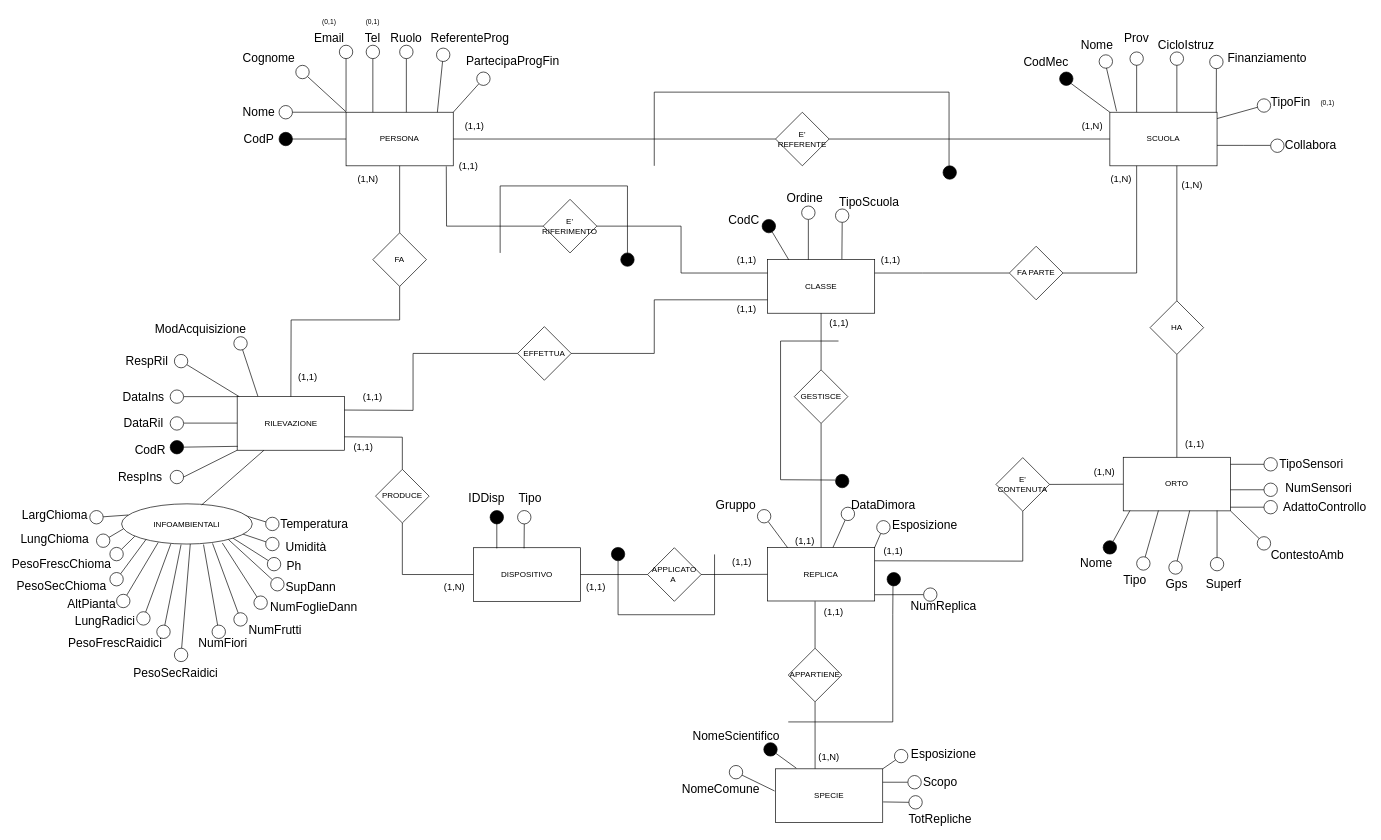
Above: BD_ER_Massimo_2023.drawio in pizzo-kyle/unige (draw.io), before the change. Source tidied: cells renumbered, new cells numbered last; positions are measured from the earlier drawing's top-left corner, leaving out a move shared by most shapes. Both pictures are drawn from the tidied source at 67%, with x=0, y=0 at pixel (39, 11).
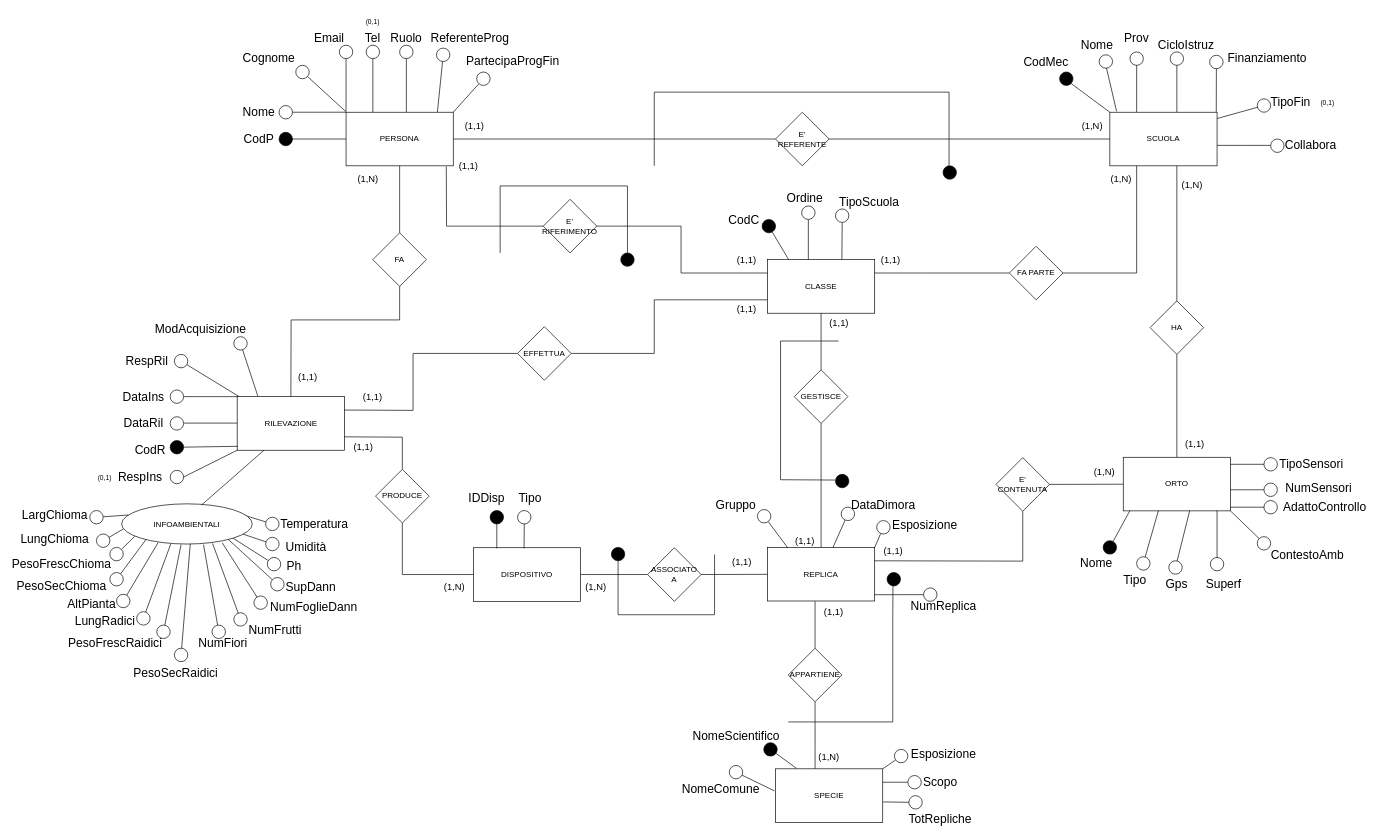
The same page after the edit.

Change to the diagram source:
```diff
@@
-    <mxCell id="231" value="APPLICATO A&amp;nbsp;" style="rhombus;whiteSpace=wrap;html=1;" parent="1" vertex="1">
+    <mxCell id="231" value="ASSOCIATO A" style="rhombus;whiteSpace=wrap;html=1;" parent="1" vertex="1">
       <mxGeometry x="908" y="800" width="80" height="80" as="geometry" />
     </mxCell>
@@
-    <mxCell id="240" value="&lt;font style=&quot;font-size: 14px;&quot;&gt;(1,1)&lt;/font&gt;" style="text;html=1;strokeColor=none;fillColor=none;align=center;verticalAlign=middle;whiteSpace=wrap;rounded=0;" parent="1" vertex="1">
+    <mxCell id="240" value="&lt;font style=&quot;font-size: 14px;&quot;&gt;(1,N)&lt;/font&gt;" style="text;html=1;strokeColor=none;fillColor=none;align=center;verticalAlign=middle;whiteSpace=wrap;rounded=0;" parent="1" vertex="1">
       <mxGeometry x="808" y="847.5" width="46" height="20" as="geometry" />
     </mxCell>
@@
-    <mxCell id="252" value="&lt;font style=&quot;font-size: 10px;&quot;&gt;(0,1)&lt;/font&gt;" style="text;html=1;strokeColor=none;fillColor=none;align=center;verticalAlign=middle;whiteSpace=wrap;rounded=0;" parent="1" vertex="1">
-      <mxGeometry x="408" width="50" height="30" as="geometry" />
-    </mxCell>
@@
+    <mxCell id="252" value="&lt;font style=&quot;font-size: 10px;&quot;&gt;(0,1)&lt;/font&gt;" style="text;html=1;strokeColor=none;fillColor=none;align=center;verticalAlign=middle;whiteSpace=wrap;rounded=0;" parent="1" vertex="1">
+      <mxGeometry x="73" y="680.5" width="50" height="30" as="geometry" />
+    </mxCell>
```
